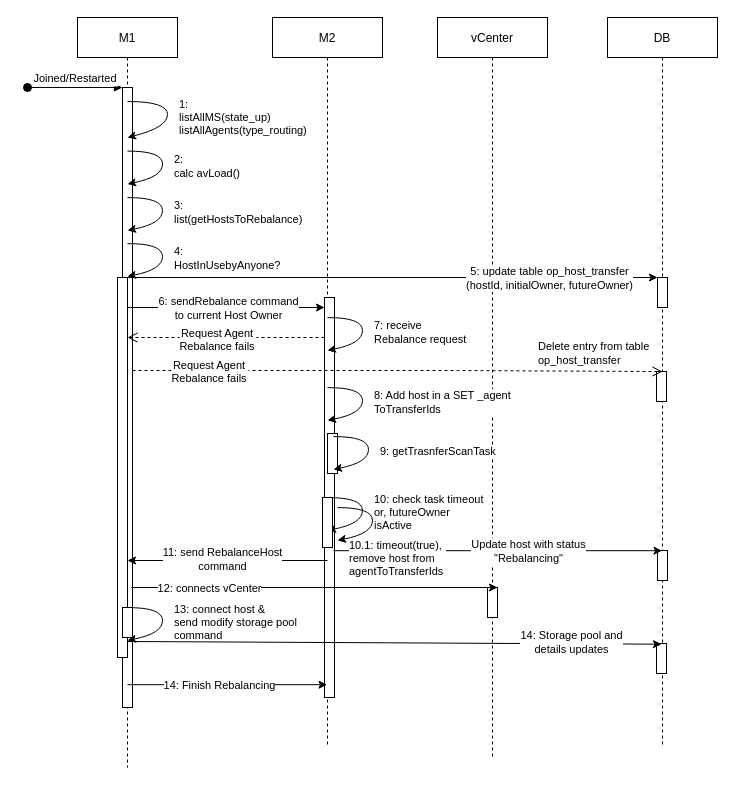
This is page "Sequence" (1 of 4) of AgentRebalance.drawio from abhinavpratapsingh85/Rovius, a draw.io file, before an edit. Source tidied: cells renumbered, new cells numbered last; positions are measured from the earlier drawing's top-left corner, leaving out a move shared by most shapes. Both pictures are drawn from the tidied source at 100%, with x=0, y=0 at pixel (27, 17).
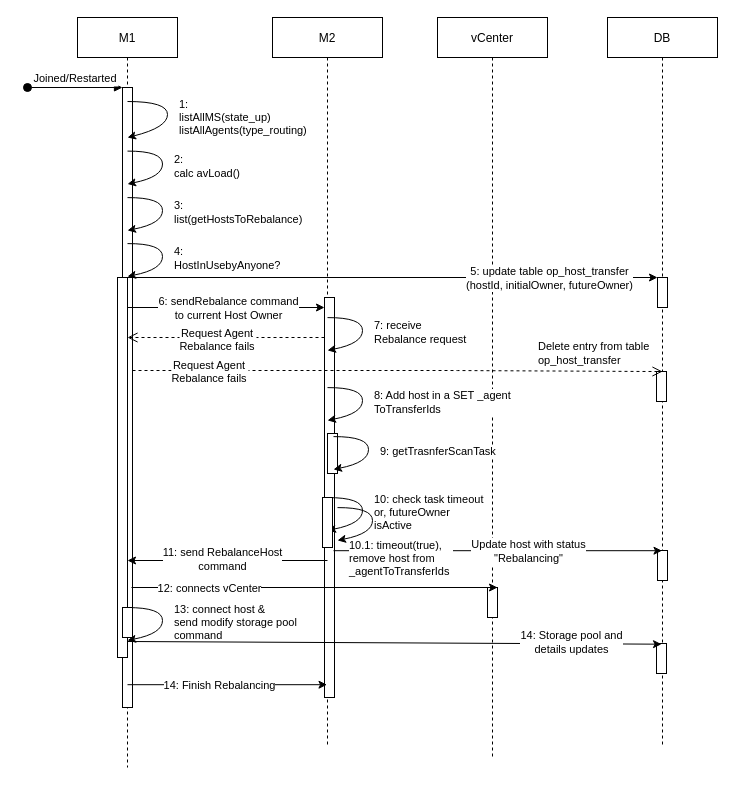
The same diagram, later.

What changed in the source:
```diff
@@
-    <mxCell id="55" value="10.1: timeout(true), &lt;br&gt;remove&amp;nbsp;host from &lt;br&gt;agentToTransferIds&amp;nbsp;" style="edgeLabel;html=1;align=left;verticalAlign=middle;" parent="1" vertex="1">
+    <mxCell id="55" value="10.1: timeout(true), &lt;br&gt;remove&amp;nbsp;host from &lt;br&gt;_agentToTransferIds&amp;nbsp;" style="edgeLabel;html=1;align=left;verticalAlign=middle;" parent="1" vertex="1">
       <mxGeometry x="320" y="540" as="geometry" />
     </mxCell>
```
